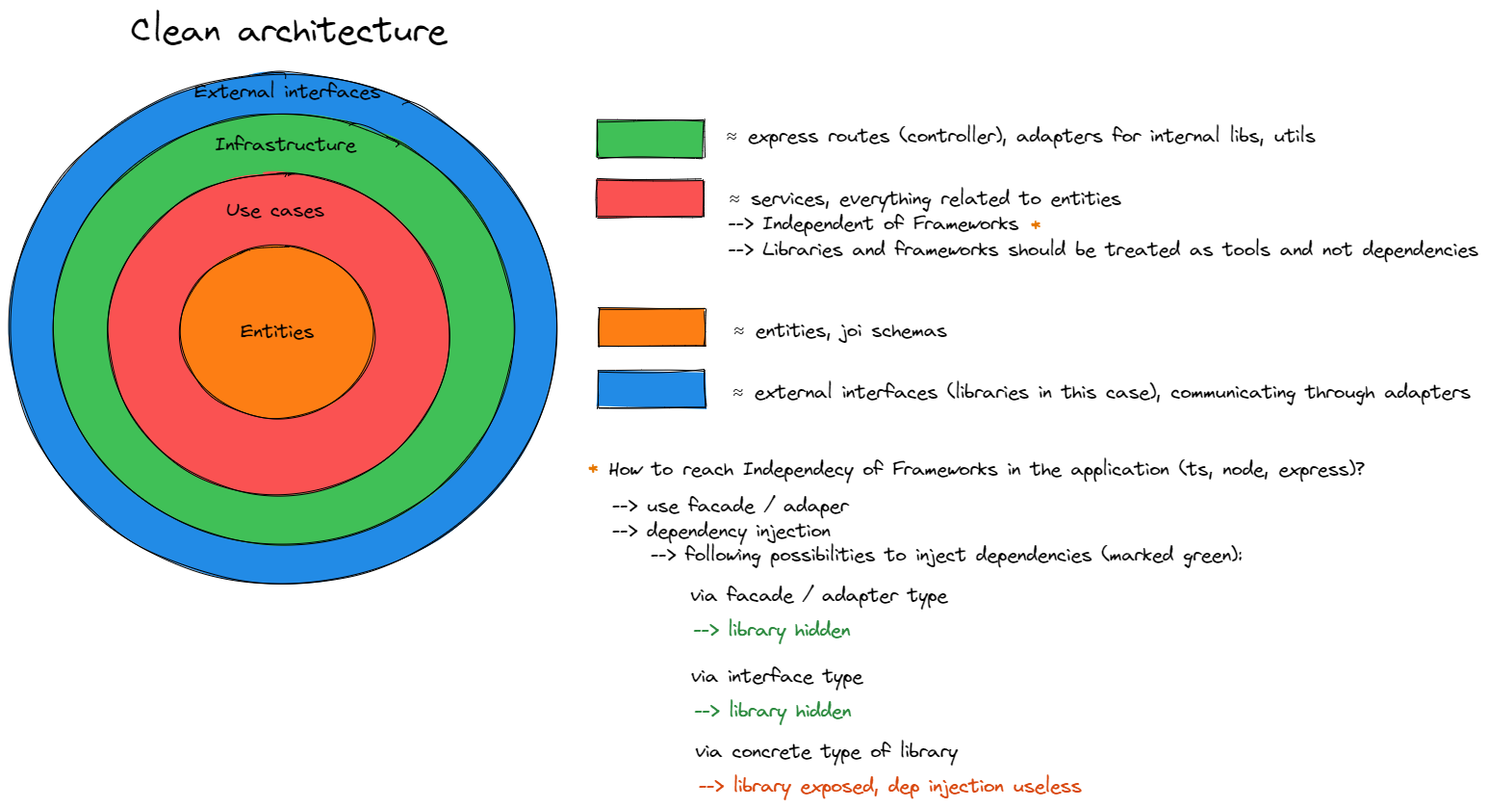
Above: Backend/notes/clean_architecture.excalidraw.png in Dyvd4/ticketify (Excalidraw), before the change. Source tidied: one line per element, renumbered; positions are measured from the earlier drawing's top-left corner, leaving out a move shared by most shapes.
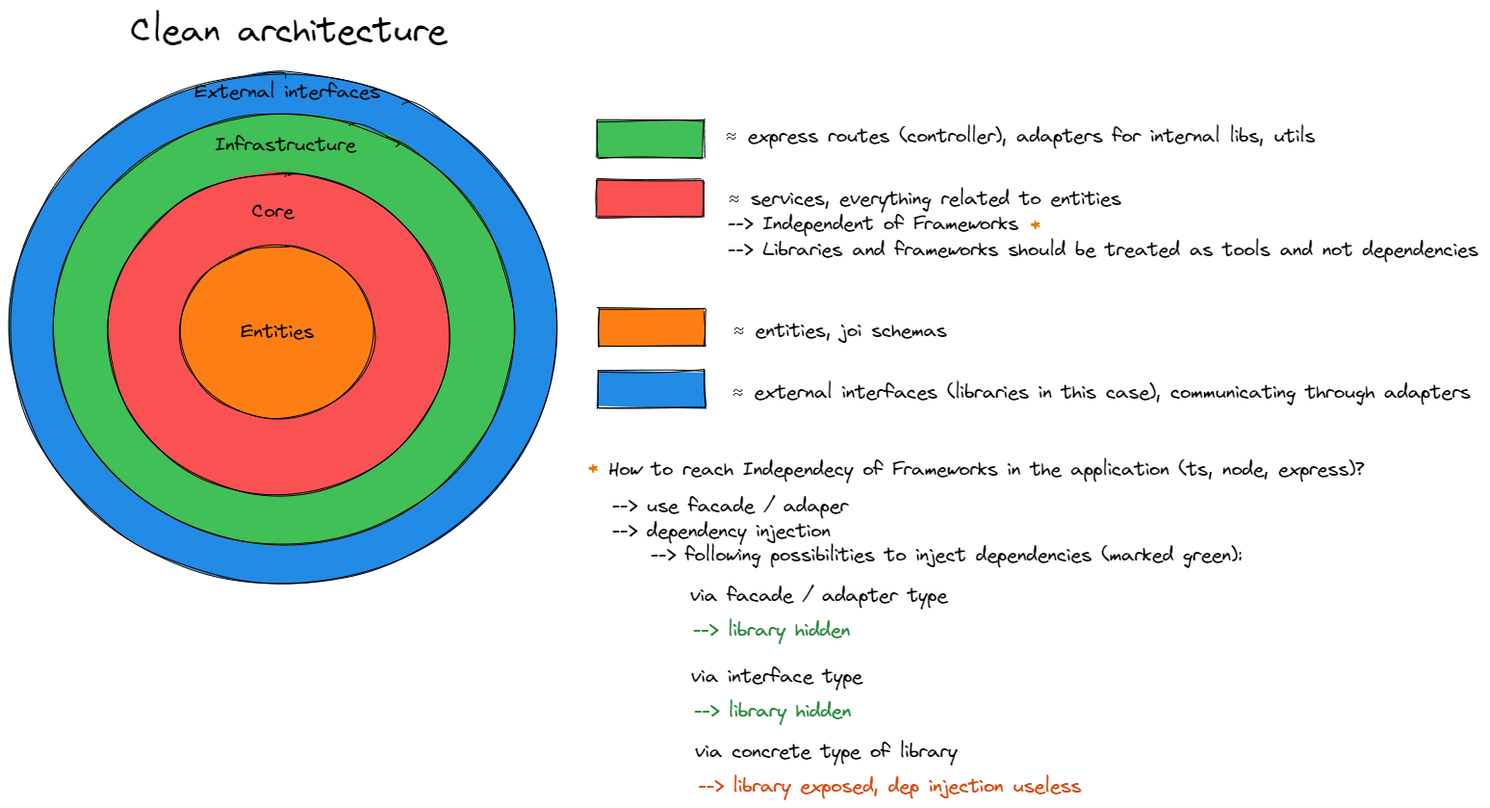
Later version of the same file.

Change to the diagram source:
```diff
@@ -1,10 +1,10 @@
 {"id": 0, "type": "ellipse", "strokeColor": "#000000", "backgroundColor": "#228be6", "fillStyle": "solid", "strokeWidth": 1, "roughness": 1, "x": 0, "y": 66, "width": 568, "height": 530}
-{"id": 1, "type": "ellipse", "strokeColor": "#000000", "backgroundColor": "#40c057", "fillStyle": "solid", "strokeWidth": 1, "roughness": 1, "x": 45, "y": 108, "width": 478, "height": 447}
+{"id": 1, "type": "ellipse", "strokeColor": "#000000", "backgroundColor": "#40c057", "fillStyle": "solid", "strokeWidth": 1, "roughness": 1, "x": 46, "y": 108, "width": 478, "height": 447}
-{"id": 2, "type": "ellipse", "strokeColor": "#000000", "backgroundColor": "#fa5252", "fillStyle": "solid", "strokeWidth": 1, "roughness": 1, "x": 102, "y": 170, "width": 354, "height": 334}
+{"id": 2, "type": "ellipse", "strokeColor": "#000000", "backgroundColor": "#fa5252", "fillStyle": "solid", "strokeWidth": 1, "roughness": 1, "x": 103, "y": 170, "width": 354, "height": 334}
 {"id": 3, "type": "ellipse", "strokeColor": "#000000", "backgroundColor": "#fd7e14", "fillStyle": "solid", "strokeWidth": 1, "roughness": 1, "x": 177, "y": 245, "width": 202, "height": 179}
 {"id": 4, "type": "text", "text": "Entities", "strokeColor": "#000000", "strokeWidth": 1, "roughness": 1, "fontSize": 20, "fontFamily": 1, "textAlign": "center", "verticalAlign": "middle", "inside": 3, "x": 239, "y": 322, "width": 78, "height": 25}
-{"id": 5, "type": "text", "text": "Use cases", "strokeColor": "#000000", "backgroundColor": "#40c057", "fillStyle": "solid", "strokeWidth": 1, "roughness": 1, "fontSize": 20, "fontFamily": 1, "x": 225, "y": 196, "width": 104, "height": 25}
+{"id": 5, "type": "text", "text": "Core", "strokeColor": "#000000", "backgroundColor": "#40c057", "fillStyle": "solid", "strokeWidth": 1, "roughness": 1, "fontSize": 20, "fontFamily": 1, "x": 252, "y": 197, "width": 45, "height": 25}
-{"id": 6, "type": "text", "text": "Infrastructure", "strokeColor": "#000000", "backgroundColor": "#40c057", "fillStyle": "solid", "strokeWidth": 1, "roughness": 1, "fontSize": 20, "fontFamily": 1, "x": 213, "y": 128, "width": 148, "height": 25}
+{"id": 6, "type": "text", "text": "Infrastructure", "strokeColor": "#000000", "backgroundColor": "#40c057", "fillStyle": "solid", "strokeWidth": 1, "roughness": 1, "fontSize": 20, "fontFamily": 1, "x": 214, "y": 128, "width": 148, "height": 25}
 {"id": 7, "type": "rectangle", "strokeColor": "#000000", "backgroundColor": "#40c057", "fillStyle": "solid", "strokeWidth": 1, "roughness": 1, "x": 610, "y": 115, "width": 111, "height": 38}
 {"id": 8, "type": "rectangle", "strokeColor": "#000000", "backgroundColor": "#fa5252", "fillStyle": "solid", "strokeWidth": 1, "roughness": 1, "x": 610, "y": 177, "width": 111, "height": 38}
 {"id": 9, "type": "rectangle", "strokeColor": "#000000", "backgroundColor": "#fd7e14", "fillStyle": "solid", "strokeWidth": 1, "roughness": 1, "x": 612, "y": 311, "width": 111, "height": 38}
```
